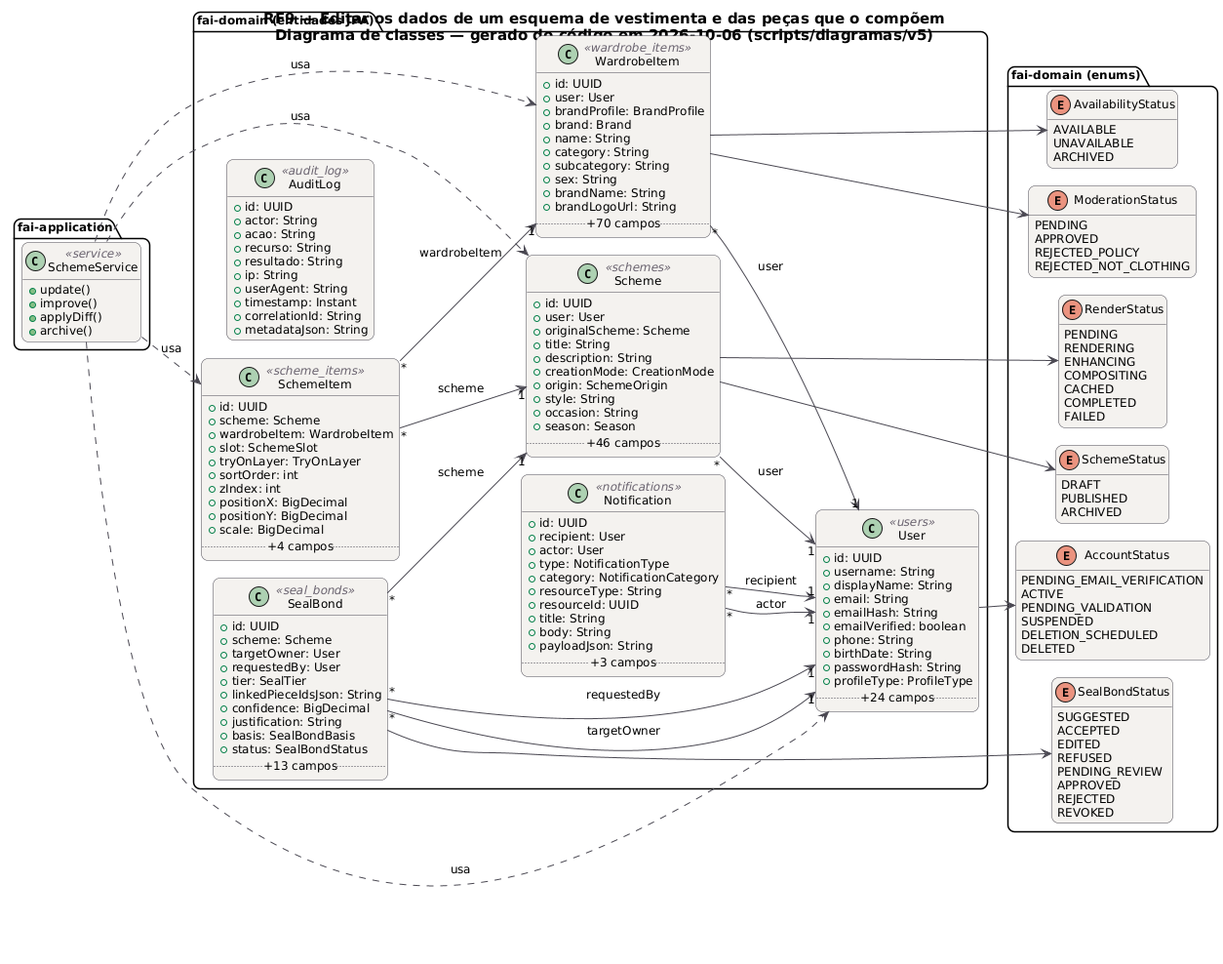
Earlier version of the PlantUML export docs/diagramas/RF9/RF9_Classes.png (MatheusHaliski/tcc-2026-fashion-ai-backend). Source of this version:
```plantuml
@startuml RF9_Classes
!pragma layout smetana
skinparam backgroundColor #FFFFFF
skinparam shadowing false
skinparam defaultFontName "DejaVu Sans"
skinparam defaultFontSize 12
skinparam titleFontSize 15
skinparam roundcorner 14
skinparam ArrowColor #52606D
skinparam note {
  BackgroundColor #FFFDEB
  BorderColor #D8CE78
  FontColor #554F24
}
skinparam class {
  BackgroundColor #F4F2EF
  BorderColor #4A4852
  ArrowColor #4A4852
  StereotypeFontColor #6B6470
}
hide empty members
left to right direction
title RF9 — Editar os dados de um esquema de vestimenta e das peças que o compõem\nDiagrama de classes — gerado do código em 2026-10-06 (scripts/diagramas/v5)

package "fai-domain (entidades JPA)" {
  class AuditLog <<audit_log>> {
    +id: UUID
    +actor: String
    +acao: String
    +recurso: String
    +resultado: String
    +ip: String
    +userAgent: String
    +timestamp: Instant
    +correlationId: String
    +metadataJson: String
  }
  class Notification <<notifications>> {
    +id: UUID
    +recipient: User
    +actor: User
    +type: NotificationType
    +category: NotificationCategory
    +resourceType: String
    +resourceId: UUID
    +title: String
    +body: String
    +payloadJson: String
    .. +3 campos ..
  }
  class Scheme <<schemes>> {
    +id: UUID
    +user: User
    +originalScheme: Scheme
    +title: String
    +description: String
    +creationMode: CreationMode
    +origin: SchemeOrigin
    +style: String
    +occasion: String
    +season: Season
    .. +46 campos ..
  }
  class SchemeItem <<scheme_items>> {
    +id: UUID
    +scheme: Scheme
    +wardrobeItem: WardrobeItem
    +slot: SchemeSlot
    +tryOnLayer: TryOnLayer
    +sortOrder: int
    +zIndex: int
    +positionX: BigDecimal
    +positionY: BigDecimal
    +scale: BigDecimal
    .. +4 campos ..
  }
  class SealBond <<seal_bonds>> {
    +id: UUID
    +scheme: Scheme
    +targetOwner: User
    +requestedBy: User
    +tier: SealTier
    +linkedPieceIdsJson: String
    +confidence: BigDecimal
    +justification: String
    +basis: SealBondBasis
    +status: SealBondStatus
    .. +13 campos ..
  }
  class User <<users>> {
    +id: UUID
    +username: String
    +displayName: String
    +email: String
    +emailHash: String
    +emailVerified: boolean
    +phone: String
    +birthDate: String
    +passwordHash: String
    +profileType: ProfileType
    .. +24 campos ..
  }
  class WardrobeItem <<wardrobe_items>> {
    +id: UUID
    +user: User
    +brandProfile: BrandProfile
    +brand: Brand
    +name: String
    +category: String
    +subcategory: String
    +sex: String
    +brandName: String
    +brandLogoUrl: String
    .. +70 campos ..
  }
}
package "fai-domain (enums)" {
  enum SchemeStatus {
    DRAFT
    PUBLISHED
    ARCHIVED
  }
  enum RenderStatus {
    PENDING
    RENDERING
    ENHANCING
    COMPOSITING
    CACHED
    COMPLETED
    FAILED
  }
  enum SealBondStatus {
    SUGGESTED
    ACCEPTED
    EDITED
    REFUSED
    PENDING_REVIEW
    APPROVED
    REJECTED
    REVOKED
  }
  enum AccountStatus {
    PENDING_EMAIL_VERIFICATION
    ACTIVE
    PENDING_VALIDATION
    SUSPENDED
    DELETION_SCHEDULED
    DELETED
  }
  enum AvailabilityStatus {
    AVAILABLE
    UNAVAILABLE
    ARCHIVED
  }
  enum ModerationStatus {
    PENDING
    APPROVED
    REJECTED_POLICY
    REJECTED_NOT_CLOTHING
  }
}
package "fai-application" {
  class SchemeService <<service>> {
    +update()
    +improve()
    +applyDiff()
    +archive()
  }
}
SchemeService ..> Scheme : usa
SchemeService ..> SchemeItem : usa
SchemeService ..> User : usa
SchemeService ..> WardrobeItem : usa
Notification "*" --> "1" User : actor
Notification "*" --> "1" User : recipient
Scheme "*" --> "1" User : user
Scheme --> RenderStatus
Scheme --> SchemeStatus
SchemeItem "*" --> "1" Scheme : scheme
SchemeItem "*" --> "1" WardrobeItem : wardrobeItem
SealBond "*" --> "1" Scheme : scheme
SealBond "*" --> "1" User : requestedBy
SealBond "*" --> "1" User : targetOwner
SealBond --> SealBondStatus
User --> AccountStatus
WardrobeItem "*" --> "1" User : user
WardrobeItem --> AvailabilityStatus
WardrobeItem --> ModerationStatus
@enduml
```
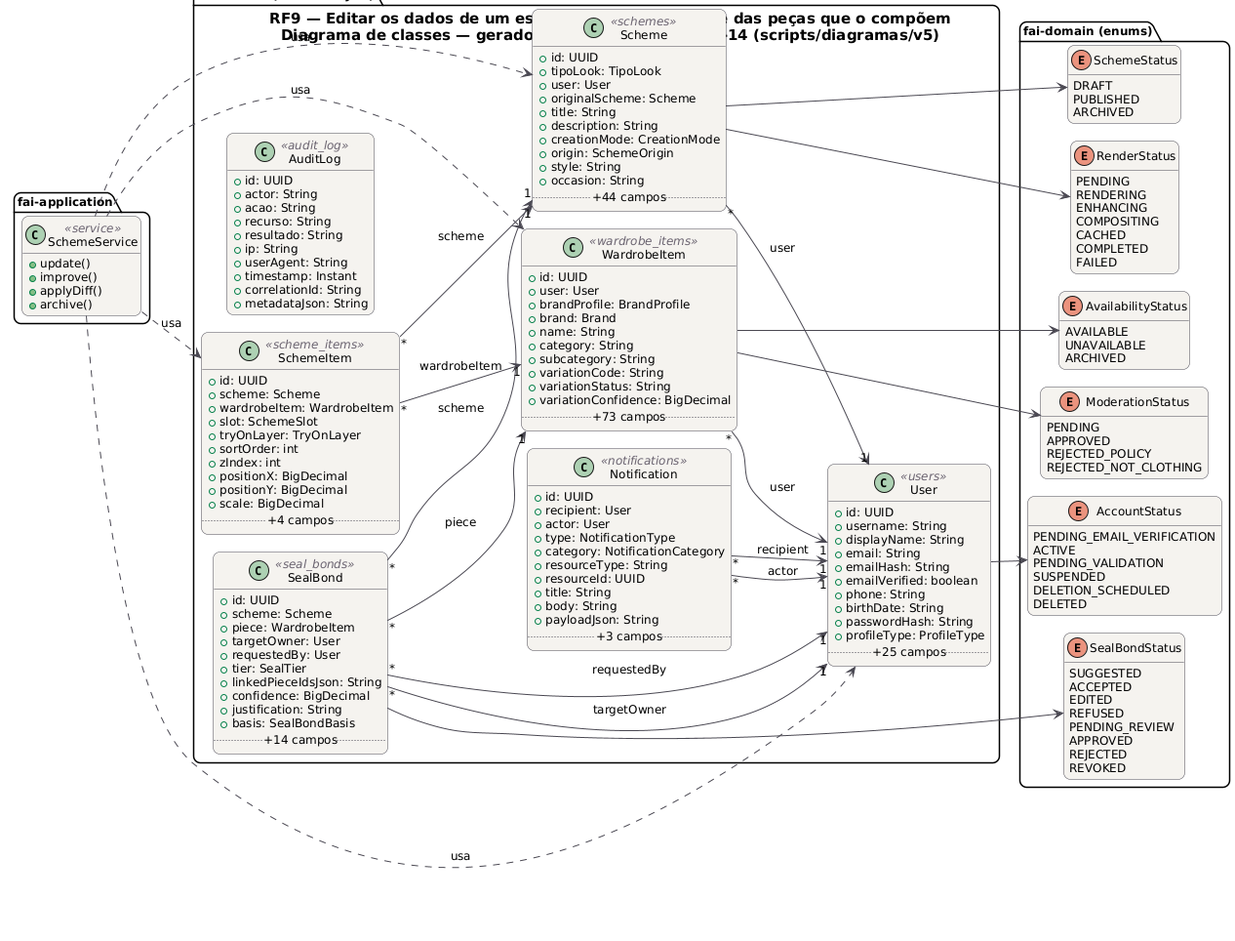
Above is the later version.

What changed in the source:
```diff
@@ -20,7 +20,7 @@
 }
 hide empty members
 left to right direction
-title RF9 — Editar os dados de um esquema de vestimenta e das peças que o compõem\nDiagrama de classes — gerado do código em 2026-10-06 (scripts/diagramas/v5)
+title RF9 — Editar os dados de um esquema de vestimenta e das peças que o compõem\nDiagrama de classes — gerado do código em 2026-10-14 (scripts/diagramas/v5)
 
 package "fai-domain (entidades JPA)" {
   class AuditLog <<audit_log>> {
@@ -50,6 +50,7 @@
   }
   class Scheme <<schemes>> {
     +id: UUID
+    +tipoLook: TipoLook
     +user: User
     +originalScheme: Scheme
     +title: String
@@ -58,8 +59,7 @@
     +origin: SchemeOrigin
     +style: String
     +occasion: String
-    +season: Season
-    .. +46 campos ..
+    .. +44 campos ..
   }
   class SchemeItem <<scheme_items>> {
     +id: UUID
@@ -77,6 +77,7 @@
   class SealBond <<seal_bonds>> {
     +id: UUID
     +scheme: Scheme
+    +piece: WardrobeItem
     +targetOwner: User
     +requestedBy: User
     +tier: SealTier
@@ -84,8 +85,7 @@
     +confidence: BigDecimal
     +justification: String
     +basis: SealBondBasis
-    +status: SealBondStatus
-    .. +13 campos ..
+    .. +14 campos ..
   }
   class User <<users>> {
     +id: UUID
@@ -98,7 +98,7 @@
     +birthDate: String
     +passwordHash: String
     +profileType: ProfileType
-    .. +24 campos ..
+    .. +25 campos ..
   }
   class WardrobeItem <<wardrobe_items>> {
     +id: UUID
@@ -108,10 +108,10 @@
     +name: String
     +category: String
     +subcategory: String
-    +sex: String
-    +brandName: String
-    +brandLogoUrl: String
-    .. +70 campos ..
+    +variationCode: String
+    +variationStatus: String
+    +variationConfidence: BigDecimal
+    .. +73 campos ..
   }
 }
 package "fai-domain (enums)" {
@@ -181,6 +181,7 @@
 SealBond "*" --> "1" Scheme : scheme
 SealBond "*" --> "1" User : requestedBy
 SealBond "*" --> "1" User : targetOwner
+SealBond "*" --> "1" WardrobeItem : piece
 SealBond --> SealBondStatus
 User --> AccountStatus
 WardrobeItem "*" --> "1" User : user
```
